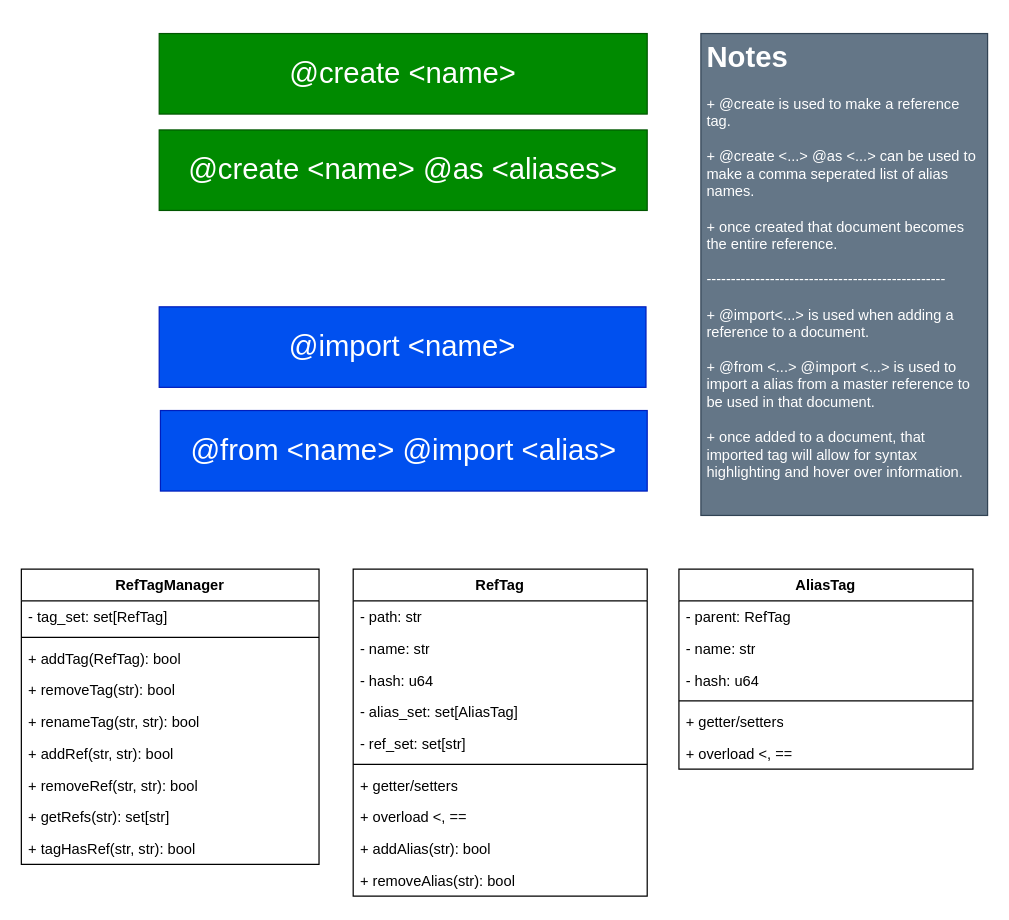
Before: page "RefTag" (2 of 2) of .notes/diagrams/overview.drawio in Michael-R-R/markup-writer, a draw.io diagram. Source tidied: cells renumbered, new cells numbered last; positions are measured from the earlier drawing's top-left corner, leaving out a move shared by most shapes. Both pictures are drawn from the tidied source at 122%, with x=0, y=0 at pixel (21, 33).
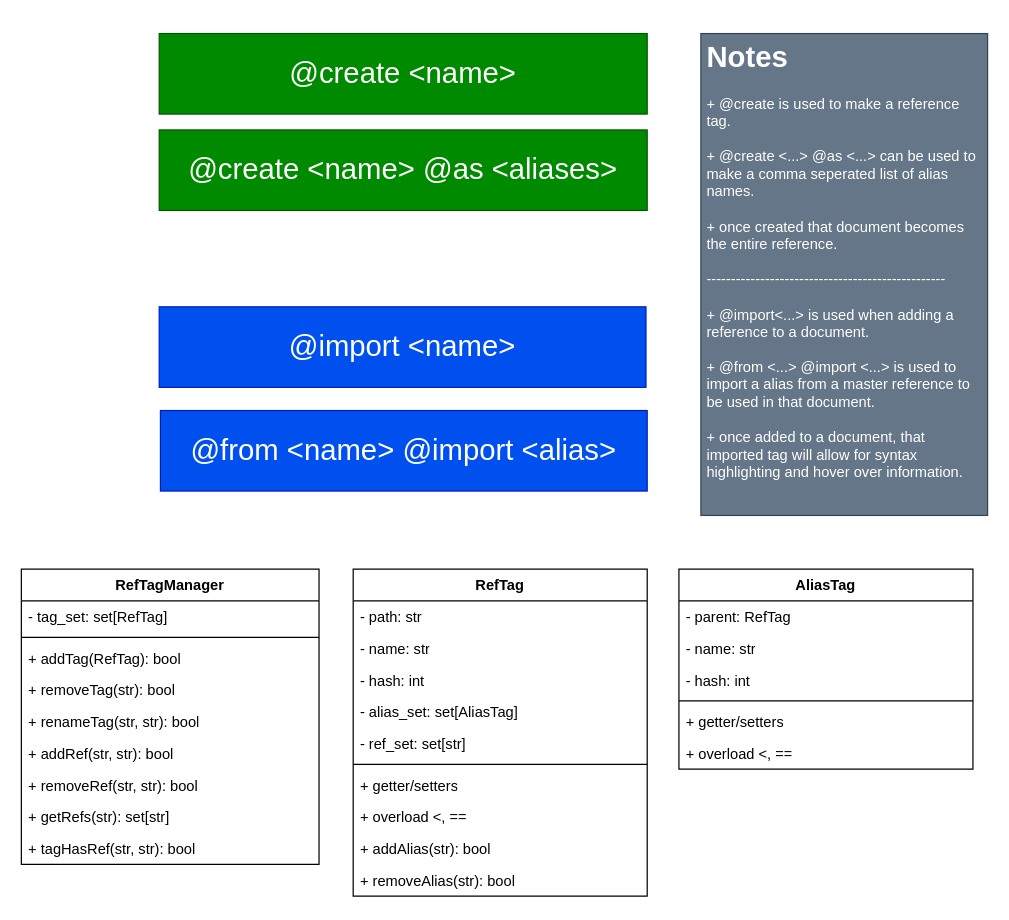
The same diagram, later.

Unchanged cells that the change refers to:
```xml
<mxCell id="5" value="RefTag" style="swimlane;fontStyle=1;align=center;verticalAlign=top;horizontal=1;startSize=26;whiteSpace=wrap;html=1;" parent="1" vertex="1">
  <mxGeometry x="272" y="439" width="241" height="268" as="geometry" />
</mxCell>
<mxCell id="28" value="AliasTag" style="swimlane;fontStyle=1;align=center;verticalAlign=top;horizontal=1;startSize=26;whiteSpace=wrap;html=1;" parent="1" vertex="1">
  <mxGeometry x="539" y="439" width="241" height="164" as="geometry" />
</mxCell>
```

Diff of the diagram source:
```diff
@@
-    <mxCell id="8" value="- hash: u64&lt;br&gt;" style="text;strokeColor=none;fillColor=none;align=left;verticalAlign=top;spacingLeft=4;spacingRight=4;overflow=hidden;whiteSpace=wrap;html=1;" parent="5" vertex="1">
+    <mxCell id="8" value="- hash: int" style="text;strokeColor=none;fillColor=none;align=left;verticalAlign=top;spacingLeft=4;spacingRight=4;overflow=hidden;whiteSpace=wrap;html=1;" parent="5" vertex="1">
       <mxGeometry y="78" width="241" height="26" as="geometry" />
     </mxCell>
@@
-    <mxCell id="31" value="- hash: u64" style="text;strokeColor=none;fillColor=none;align=left;verticalAlign=top;spacingLeft=4;spacingRight=4;overflow=hidden;whiteSpace=wrap;html=1;" parent="28" vertex="1">
+    <mxCell id="31" value="- hash: int" style="text;strokeColor=none;fillColor=none;align=left;verticalAlign=top;spacingLeft=4;spacingRight=4;overflow=hidden;whiteSpace=wrap;html=1;" parent="28" vertex="1">
       <mxGeometry y="78" width="241" height="26" as="geometry" />
     </mxCell>
```
